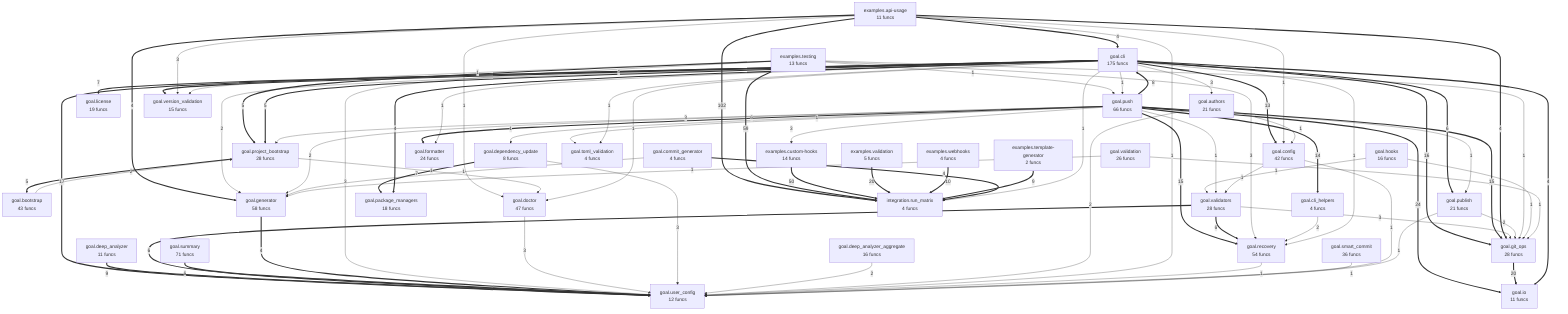
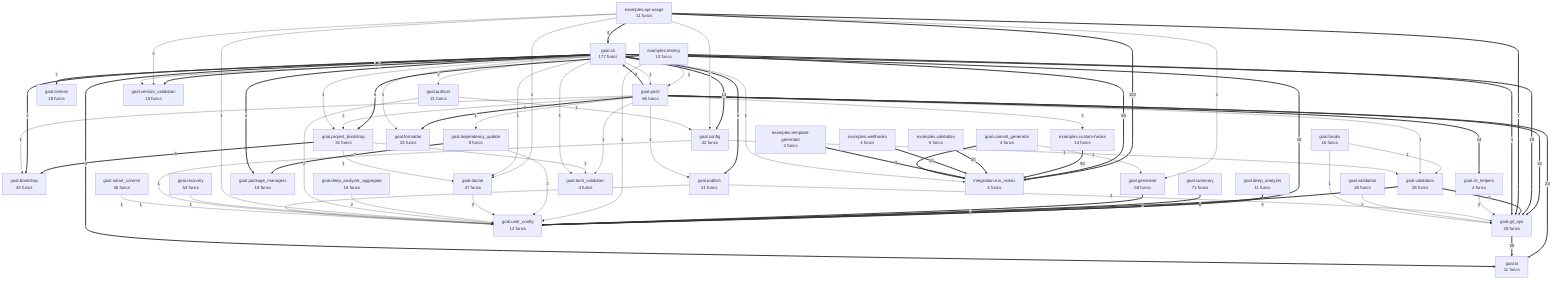
flowchart TD
%% generated in 0.02s
    examples__api_usage["examples.api-usage<br/>11 funcs"]
    examples__custom_hooks["examples.custom-hooks<br/>14 funcs"]
    examples__template_generator["examples.template-generator<br/>2 funcs"]
    examples__testing["examples.testing<br/>13 funcs"]
    examples__validation["examples.validation<br/>5 funcs"]
    examples__webhooks["examples.webhooks<br/>4 funcs"]
    goal__authors["goal.authors<br/>21 funcs"]
    goal__bootstrap["goal.bootstrap<br/>43 funcs"]
-     goal__cli["goal.cli<br/>175 funcs"]
+     goal__cli["goal.cli<br/>177 funcs"]
    goal__cli_helpers["goal.cli_helpers<br/>4 funcs"]
    goal__commit_generator["goal.commit_generator<br/>4 funcs"]
    goal__config["goal.config<br/>42 funcs"]
    goal__deep_analyzer["goal.deep_analyzer<br/>11 funcs"]
    goal__deep_analyzer_aggregate["goal.deep_analyzer_aggregate<br/>16 funcs"]
    goal__dependency_update["goal.dependency_update<br/>8 funcs"]
    goal__doctor["goal.doctor<br/>47 funcs"]
    goal__formatter["goal.formatter<br/>24 funcs"]
    goal__generator["goal.generator<br/>58 funcs"]
    goal__git_ops["goal.git_ops<br/>28 funcs"]
    goal__hooks["goal.hooks<br/>16 funcs"]
    goal__io["goal.io<br/>11 funcs"]
    goal__license["goal.license<br/>19 funcs"]
    goal__package_managers["goal.package_managers<br/>18 funcs"]
-     goal__project_bootstrap["goal.project_bootstrap<br/>28 funcs"]
+     goal__project_bootstrap["goal.project_bootstrap<br/>32 funcs"]
    goal__publish["goal.publish<br/>21 funcs"]
    goal__push["goal.push<br/>66 funcs"]
    goal__recovery["goal.recovery<br/>54 funcs"]
    goal__smart_commit["goal.smart_commit<br/>36 funcs"]
    goal__summary["goal.summary<br/>71 funcs"]
    goal__toml_validation["goal.toml_validation<br/>4 funcs"]
    goal__user_config["goal.user_config<br/>12 funcs"]
    goal__validation["goal.validation<br/>26 funcs"]
    goal__validators["goal.validators<br/>28 funcs"]
    goal__version_validation["goal.version_validation<br/>15 funcs"]
    integration__run_matrix["integration.run_matrix<br/>4 funcs"]
    examples__api_usage ==>|102| integration__run_matrix
    examples__testing ==>|59| integration__run_matrix
    examples__custom_hooks ==>|50| integration__run_matrix
+     goal__push ==>|32| goal__git_ops
    goal__push ==>|24| goal__io
    examples__validation ==>|20| integration__run_matrix
    goal__git_ops ==>|20| goal__io
-     goal__cli ==>|17| goal__user_config
-     goal__cli ==>|16| goal__git_ops
-     goal__push ==>|15| goal__git_ops
-     goal__push ==>|15| goal__recovery
+     goal__cli ==>|19| goal__git_ops
+     goal__cli ==>|18| goal__user_config
    goal__push ==>|14| goal__cli_helpers
    goal__cli ==>|13| goal__config
    examples__webhooks ==>|10| integration__run_matrix
    examples__template_generator ==>|9| integration__run_matrix
    goal__deep_analyzer ==>|9| goal__user_config
+     goal__validators ==>|9| goal__git_ops
    goal__push ==>|8| goal__cli
+     examples__api_usage ==>|7| goal__git_ops
+     goal__dependency_update ==>|7| goal__package_managers
    goal__cli ==>|7| goal__license
-     goal__dependency_update ==>|7| goal__package_managers
    goal__validators ==>|6| goal__user_config
-     goal__validators ==>|6| goal__recovery
    goal__push ==>|6| goal__formatter
    goal__summary ==>|6| goal__user_config
-     goal__cli ==>|6| goal__publish
    examples__testing ==>|5| goal__project_bootstrap
    goal__project_bootstrap ==>|5| goal__bootstrap
-     goal__cli ==>|5| goal__project_bootstrap
+     goal__cli ==>|5| goal__publish
    examples__api_usage ==>|4| goal__cli
-     examples__api_usage ==>|4| goal__git_ops
-     examples__api_usage ==>|4| goal__generator
+     examples__testing ==>|4| goal__git_ops
    goal__commit_generator ==>|4| integration__run_matrix
    goal__generator ==>|4| goal__user_config
+     goal__cli ==>|4| goal__bootstrap
+     goal__cli ==>|4| goal__io
+     goal__cli ==>|4| goal__package_managers
    goal__cli ==>|4| goal__version_validation
-     goal__cli ==>|4| goal__package_managers
-     goal__cli ==>|4| goal__io
    examples__api_usage -->|3| goal__version_validation
    examples__testing -->|3| goal__user_config
-     examples__testing -->|3| goal__recovery
+     goal__dependency_update -->|3| goal__user_config
    goal__push -->|3| examples__custom_hooks
    goal__cli -->|3| goal__authors
    goal__doctor -->|3| goal__user_config
-     goal__dependency_update -->|3| goal__user_config
-     goal__validators -->|3| goal__git_ops
-     goal__push -->|3| goal__project_bootstrap
    goal__deep_analyzer_aggregate -->|2| goal__user_config
-     goal__cli_helpers -->|2| goal__recovery
-     goal__bootstrap -->|2| goal__project_bootstrap
-     goal__cli -->|2| goal__generator
+     goal__cli_helpers -->|2| goal__git_ops
+     goal__push -->|2| goal__project_bootstrap
+     goal__publish -->|2| goal__git_ops
+     goal__validation -->|2| goal__git_ops
    goal__authors -->|2| goal__user_config
-     goal__push -->|2| goal__generator
-     goal__publish -->|2| goal__git_ops
    examples__api_usage -->|1| goal__config
    examples__api_usage -->|1| goal__user_config
    examples__api_usage -->|1| goal__doctor
+     examples__api_usage -->|1| goal__generator
    examples__testing -->|1| goal__version_validation
-     examples__testing -->|1| goal__git_ops
    examples__testing -->|1| goal__push
-     goal__project_bootstrap -->|1| goal__doctor
    goal__cli -->|1| integration__run_matrix
    goal__commit_generator -->|1| goal__generator
    goal__hooks -->|1| goal__git_ops
    goal__hooks -->|1| goal__validators
    goal__recovery -->|1| goal__user_config
+     goal__push -->|1| goal__toml_validation
+     goal__push -->|1| goal__dependency_update
+     goal__push -->|1| goal__bootstrap
+     goal__push -->|1| goal__validators
+     goal__push -->|1| goal__publish
    goal__cli -->|1| goal__doctor
    goal__cli -->|1| goal__formatter
-     goal__cli -->|1| goal__recovery
-     goal__validation -->|1| goal__git_ops
-     goal__validation -->|1| goal__generator
+     goal__cli -->|1| goal__project_bootstrap
+     goal__cli -->|1| goal__push
+     goal__config -->|1| goal__user_config
+     goal__publish -->|1| goal__user_config
    goal__smart_commit -->|1| goal__user_config
    goal__authors -->|1| goal__config
-     goal__push -->|1| goal__toml_validation
-     goal__push -->|1| goal__dependency_update
-     goal__push -->|1| goal__validators
-     goal__push -->|1| goal__publish
+     goal__project_bootstrap -->|1| goal__toml_validation
+     goal__project_bootstrap -->|1| goal__doctor
    goal__cli -->|1| goal__toml_validation
-     goal__cli -->|1| goal__push
    goal__config -->|1| goal__validators
-     goal__config -->|1| goal__user_config
-     goal__publish -->|1| goal__user_config
